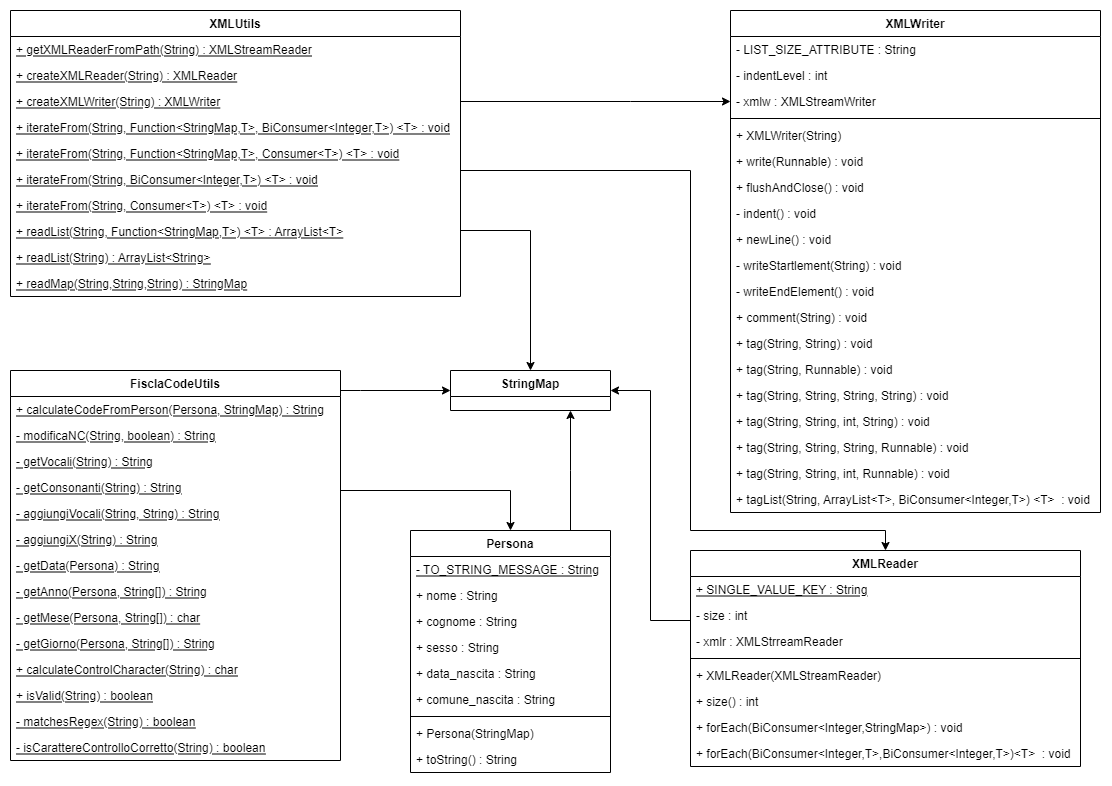
Earlier version of the draw.io export CodiceFiscaleUML.png (paHEKERS/PgAr2022_HEKERS_CodiceFiscale). Source tidied: cells renumbered, new cells last; positions are measured from the earlier drawing's top-left corner, leaving out a move shared by most shapes.
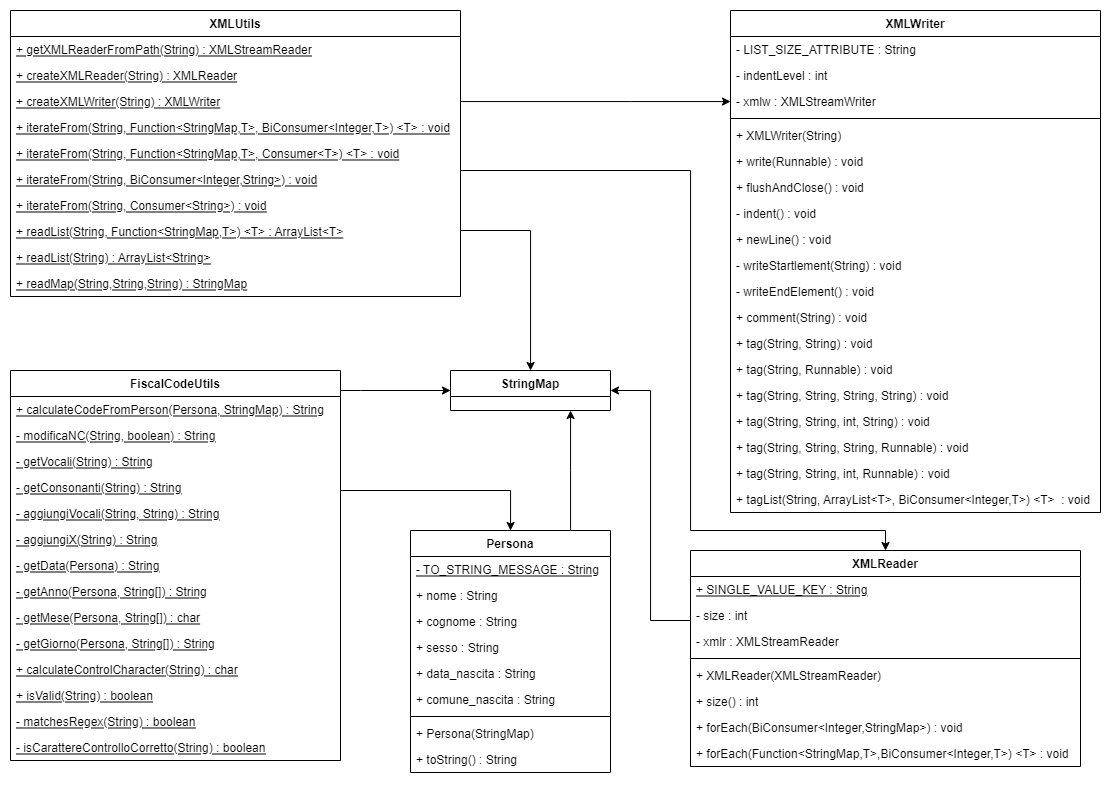
After the change.

What changed in the source:
```diff
@@ -27,10 +27,10 @@
     <mxCell id="8" value="+ iterateFrom(String, Function&lt;StringMap,T&gt;, Consumer&lt;T&gt;) &lt;T&gt; : void" style="text;strokeColor=none;fillColor=none;align=left;verticalAlign=top;spacingLeft=4;spacingRight=4;overflow=hidden;fontStyle=4;" parent="3" vertex="1">
       <mxGeometry y="130" width="450" height="26" as="geometry" />
     </mxCell>
-    <mxCell id="9" value="+ iterateFrom(String, BiConsumer&lt;Integer,T&gt;) &lt;T&gt; : void" style="text;strokeColor=none;fillColor=none;align=left;verticalAlign=top;spacingLeft=4;spacingRight=4;overflow=hidden;fontStyle=4;" parent="3" vertex="1">
+    <mxCell id="9" value="+ iterateFrom(String, BiConsumer&lt;Integer,String&gt;) : void" style="text;strokeColor=none;fillColor=none;align=left;verticalAlign=top;spacingLeft=4;spacingRight=4;overflow=hidden;fontStyle=4;" parent="3" vertex="1">
       <mxGeometry y="156" width="450" height="26" as="geometry" />
     </mxCell>
-    <mxCell id="10" value="+ iterateFrom(String, Consumer&lt;T&gt;) &lt;T&gt; : void" style="text;strokeColor=none;fillColor=none;align=left;verticalAlign=top;spacingLeft=4;spacingRight=4;overflow=hidden;fontStyle=4;" parent="3" vertex="1">
+    <mxCell id="10" value="+ iterateFrom(String, Consumer&lt;String&gt;) : void" style="text;strokeColor=none;fillColor=none;align=left;verticalAlign=top;spacingLeft=4;spacingRight=4;overflow=hidden;fontStyle=4;" parent="3" vertex="1">
       <mxGeometry y="182" width="450" height="26" as="geometry" />
     </mxCell>
     <mxCell id="11" value="+ readList(String, Function&lt;StringMap,T&gt;) &lt;T&gt; : ArrayList&lt;T&gt;" style="text;strokeColor=none;fillColor=none;align=left;verticalAlign=top;spacingLeft=4;spacingRight=4;overflow=hidden;fontStyle=4;" parent="3" vertex="1">
@@ -54,7 +54,7 @@
     <mxCell id="17" value="- size : int" style="text;strokeColor=none;fillColor=none;align=left;verticalAlign=top;spacingLeft=4;spacingRight=4;overflow=hidden;fontStyle=0;" parent="15" vertex="1">
       <mxGeometry y="52" width="390" height="26" as="geometry" />
     </mxCell>
-    <mxCell id="18" value="- xmlr : XMLStrreamReader" style="text;strokeColor=none;fillColor=none;align=left;verticalAlign=top;spacingLeft=4;spacingRight=4;overflow=hidden;fontStyle=0;" parent="15" vertex="1">
+    <mxCell id="18" value="- xmlr : XMLStreamReader" style="text;strokeColor=none;fillColor=none;align=left;verticalAlign=top;spacingLeft=4;spacingRight=4;overflow=hidden;fontStyle=0;" parent="15" vertex="1">
       <mxGeometry y="78" width="390" height="26" as="geometry" />
     </mxCell>
     <mxCell id="19" style="line;strokeWidth=1;fillColor=none;align=left;verticalAlign=middle;spacingTop=-1;spacingLeft=3;spacingRight=3;labelPosition=right;" parent="15" vertex="1">
@@ -69,7 +69,7 @@
     <mxCell id="22" value="+ forEach(BiConsumer&lt;Integer,StringMap&gt;) : void" style="text;strokeColor=none;fillColor=none;align=left;verticalAlign=top;spacingLeft=4;spacingRight=4;overflow=hidden;" parent="15" vertex="1">
       <mxGeometry y="164" width="390" height="26" as="geometry" />
     </mxCell>
-    <mxCell id="23" value="+ forEach(BiConsumer&lt;Integer,T&gt;,BiConsumer&lt;Integer,T&gt;)&lt;T&gt;  : void" style="text;strokeColor=none;fillColor=none;align=left;verticalAlign=top;spacingLeft=4;spacingRight=4;overflow=hidden;" parent="15" vertex="1">
+    <mxCell id="23" value="+ forEach(Function&lt;StringMap,T&gt;,BiConsumer&lt;Integer,T&gt;) &lt;T&gt; : void" style="text;strokeColor=none;fillColor=none;align=left;verticalAlign=top;spacingLeft=4;spacingRight=4;overflow=hidden;" parent="15" vertex="1">
       <mxGeometry y="190" width="390" height="26" as="geometry" />
     </mxCell>
     <mxCell id="24" value="XMLWriter" style="swimlane;fontStyle=1;align=center;verticalAlign=top;horizontal=1;startSize=26;" parent="1" vertex="1">
@@ -162,7 +162,7 @@
     <mxCell id="53" value="+ toString() : String" style="text;strokeColor=none;fillColor=none;align=left;verticalAlign=top;spacingLeft=4;spacingRight=4;overflow=hidden;" parent="44" vertex="1">
       <mxGeometry y="216" width="200" height="26" as="geometry" />
     </mxCell>
-    <mxCell id="54" value="FisclaCodeUtils" style="swimlane;fontStyle=1;align=center;verticalAlign=top;horizontal=1;startSize=26;" parent="1" vertex="1">
+    <mxCell id="54" value="FiscalCodeUtils" style="swimlane;fontStyle=1;align=center;verticalAlign=top;horizontal=1;startSize=26;" parent="1" vertex="1">
       <mxGeometry y="360" width="330" height="390" as="geometry" />
     </mxCell>
     <mxCell id="55" value="+ calculateCodeFromPerson(Persona, StringMap) : String" style="text;strokeColor=none;fillColor=none;align=left;verticalAlign=top;spacingLeft=4;spacingRight=4;overflow=hidden;fontStyle=4;" parent="54" vertex="1">
```
